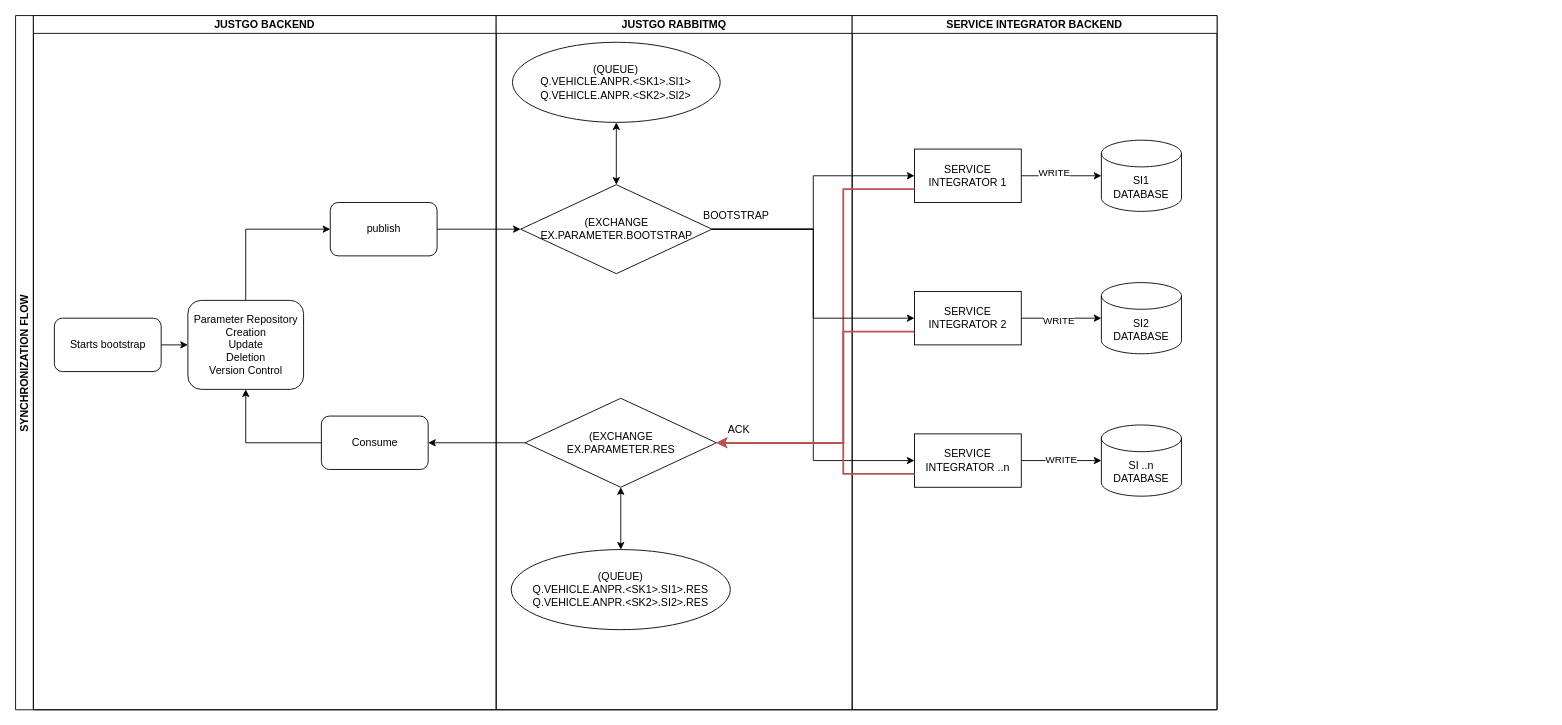
This is page "Bootstrap" (1 of 2) of Bootstrap.drawio from Marcus-141/DrawIOFiles, a draw.io file, before an edit. Source tidied: cells renumbered, new cells numbered last; positions are measured from the earlier drawing's top-left corner, leaving out a move shared by most shapes. Both pictures are drawn from the tidied source at 89%, with x=0, y=0 at pixel (15, 15).
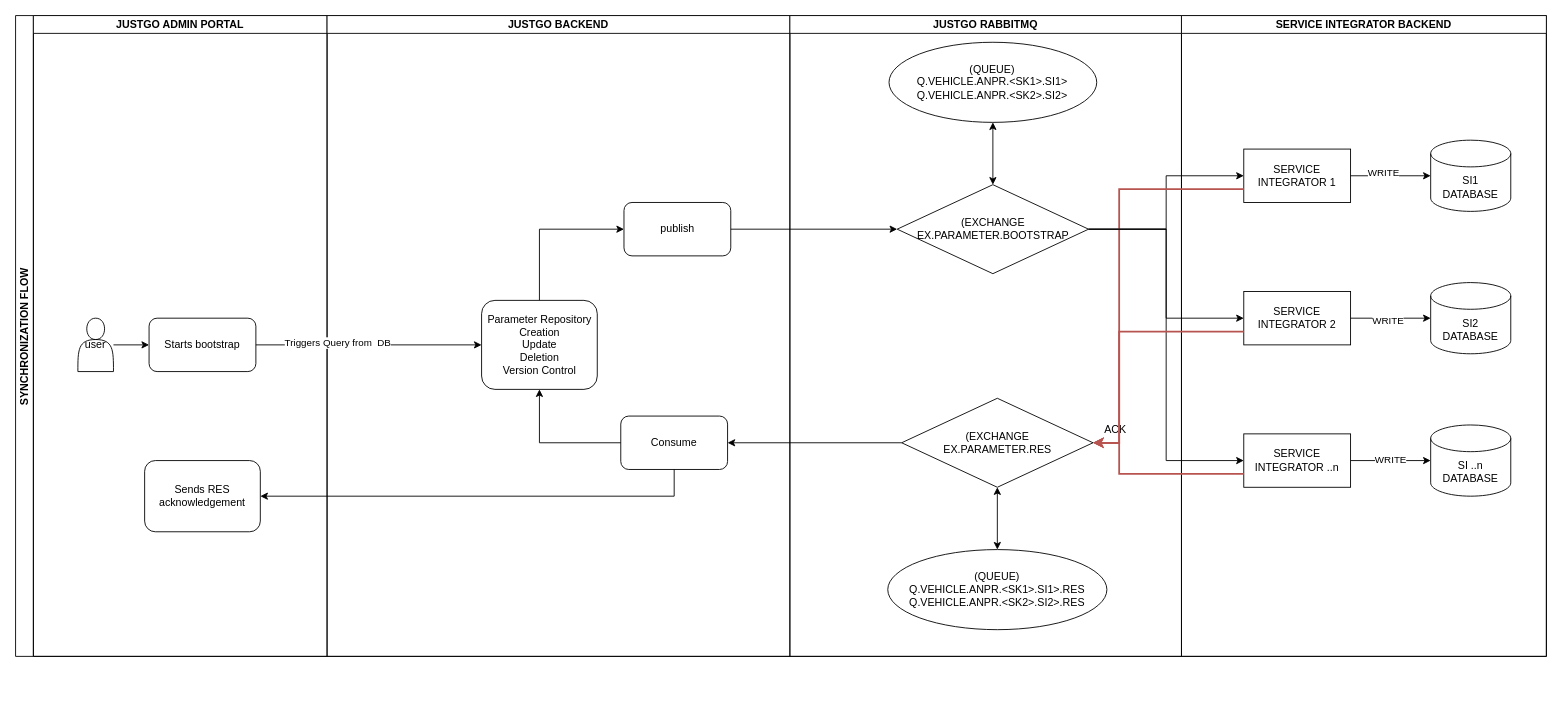
The same page after the edit.

Unchanged cells that the change refers to:
```xml
<mxCell id="9" value="Parameter Repository&lt;div&gt;Creation&lt;/div&gt;&lt;div&gt;Update&lt;/div&gt;&lt;div&gt;Deletion&lt;/div&gt;&lt;div&gt;Version Control&lt;/div&gt;" style="rounded=1;whiteSpace=wrap;html=1;" parent="4" vertex="1">
  <mxGeometry x="-346.4" y="320" width="130" height="100" as="geometry" />
</mxCell>
<mxCell id="22" value="SERVICE&lt;br&gt;INTEGRATOR 1" style="rounded=0;whiteSpace=wrap;html=1;" parent="21" vertex="1">
  <mxGeometry x="70" y="150" width="120" height="60" as="geometry" />
</mxCell>
<mxCell id="26" value="SERVICE&lt;br&gt;INTEGRATOR 2" style="rounded=0;whiteSpace=wrap;html=1;" parent="21" vertex="1">
  <mxGeometry x="70" y="310" width="120" height="60" as="geometry" />
</mxCell>
<mxCell id="29" value="SERVICE&lt;br&gt;INTEGRATOR ..n" style="rounded=0;whiteSpace=wrap;html=1;" parent="21" vertex="1">
  <mxGeometry x="70" y="470" width="120" height="60" as="geometry" />
</mxCell>
```

Diff of the diagram source:
```diff
@@
     <mxCell id="2" value="SYNCHRONIZATION FLOW" style="swimlane;startSize=20;horizontal=0;" parent="1" vertex="1">
-      <mxGeometry width="1350" height="780" as="geometry" />
+      <mxGeometry width="1720" height="720" as="geometry" />
     </mxCell>
+    <mxCell id="41" value="JUSTGO ADMIN PORTAL" style="swimlane;startSize=20;" parent="2" vertex="1">
+      <mxGeometry x="20" width="330" height="720" as="geometry" />
+    </mxCell>
+    <mxCell id="42" style="edgeStyle=orthogonalEdgeStyle;rounded=0;jettySize=auto;html=1;entryX=0;entryY=0.5;entryDx=0;entryDy=0;" parent="41" edge="1" source="43" target="7">
+      <mxGeometry relative="1" as="geometry" />
+    </mxCell>
+    <mxCell id="43" value="user" style="shape=actor;whiteSpace=wrap;html=1;" parent="41" vertex="1">
+      <mxGeometry x="50" y="340" width="40" height="60" as="geometry" />
+    </mxCell>
+    <mxCell id="7" value="Starts bootstrap" style="rounded=1;whiteSpace=wrap;html=1;" parent="41" vertex="1">
+      <mxGeometry x="130" y="340" width="120" height="60" as="geometry" />
+    </mxCell>
+    <mxCell id="44" value="Sends RES acknowledgement" style="rounded=1;whiteSpace=wrap;html=1;" parent="41" vertex="1">
+      <mxGeometry x="125" y="500" width="130" height="80" as="geometry" />
+    </mxCell>
     <mxCell id="3" value="JUSTGO BACKEND" style="swimlane;startSize=20;" parent="2" vertex="1">
-      <mxGeometry x="20" width="520" height="780" as="geometry" />
+      <mxGeometry x="350" width="520" height="720" as="geometry" />
     </mxCell>
+    <mxCell id="12" value="Consume" style="rounded=1;whiteSpace=wrap;html=1;" parent="3" vertex="1">
+      <mxGeometry x="330" y="450" width="120" height="60" as="geometry" />
+    </mxCell>
     <mxCell id="4" value="JUSTGO RABBITMQ" style="swimlane;startSize=20;" parent="2" vertex="1">
-      <mxGeometry x="540" width="400" height="780" as="geometry" />
+      <mxGeometry x="870" width="440" height="720" as="geometry" />
     </mxCell>
     <mxCell id="5" value="(QUEUE)&lt;br&gt;Q.VEHICLE.ANPR.&amp;lt;SK1&amp;gt;.SI1&amp;gt;&lt;br&gt;&lt;div&gt;Q.VEHICLE.ANPR.&amp;lt;SK2&amp;gt;.SI2&amp;gt;&lt;/div&gt;" style="ellipse;whiteSpace=wrap;html=1;shapeInside=1;" parent="4" vertex="1">
-      <mxGeometry x="18.3" y="30" width="233.4" height="90" as="geometry" />
+      <mxGeometry x="111.4" y="30" width="233.4" height="90" as="geometry" />
     </mxCell>
-    <mxCell id="6" style="edgeStyle=orthogonalEdgeStyle;rounded=0;jettySize=auto;html=1;exitX=1;exitY=0.5;exitDx=0;exitDy=0;entryX=0;entryY=0.5;entryDx=0;entryDy=0;" parent="4" edge="1" source="7" target="9">
-      <mxGeometry relative="1" as="geometry" />
-    </mxCell>
-    <mxCell id="7" value="Starts bootstrap" style="rounded=1;whiteSpace=wrap;html=1;" parent="4" vertex="1">
-      <mxGeometry x="-496.4" y="340" width="120" height="60" as="geometry" />
-    </mxCell>
@@
-    <mxCell id="11" style="edgeStyle=orthogonalEdgeStyle;rounded=0;jettySize=auto;html=1;entryX=0.5;entryY=1;entryDx=0;entryDy=0;" parent="4" edge="1" source="12" target="9">
-      <mxGeometry relative="1" as="geometry" />
-    </mxCell>
-    <mxCell id="12" value="Consume" style="rounded=1;whiteSpace=wrap;html=1;" parent="4" vertex="1">
-      <mxGeometry x="-196.4" y="450" width="120" height="60" as="geometry" />
-    </mxCell>
     <mxCell id="13" value="(EXCHANGE&lt;br&gt;EX.PARAMETER.BOOTSTRAP" style="rhombus;whiteSpace=wrap;html=1;shapeInside=1;" parent="4" vertex="1">
-      <mxGeometry x="27.5" y="190" width="215" height="100" as="geometry" />
+      <mxGeometry x="120.6" y="190" width="215" height="100" as="geometry" />
     </mxCell>
@@
     <mxCell id="15" value="(EXCHANGE&lt;br&gt;EX.PARAMETER.RES" style="rhombus;whiteSpace=wrap;html=1;shapeInside=1;" parent="4" vertex="1">
-      <mxGeometry x="32.5" y="430" width="215" height="100" as="geometry" />
+      <mxGeometry x="125.6" y="430" width="215" height="100" as="geometry" />
     </mxCell>
@@
-    <mxCell id="17" style="edgeStyle=orthogonalEdgeStyle;rounded=0;jettySize=auto;html=1;exitX=0;exitY=0.5;exitDx=0;exitDy=0;entryX=1;entryY=0.5;entryDx=0;entryDy=0;" parent="4" edge="1" source="15" target="12">
-      <mxGeometry relative="1" as="geometry" />
-    </mxCell>
     <mxCell id="18" value="(QUEUE)&lt;br&gt;Q.VEHICLE.ANPR.&amp;lt;SK1&amp;gt;.SI1&amp;gt;.RES&lt;br&gt;&lt;div&gt;Q.VEHICLE.ANPR.&amp;lt;SK2&amp;gt;.SI2&amp;gt;.RES&lt;/div&gt;" style="ellipse;whiteSpace=wrap;html=1;shapeInside=1;" parent="4" vertex="1">
-      <mxGeometry x="16.9" y="600" width="246.2" height="90" as="geometry" />
+      <mxGeometry x="110" y="600" width="246.2" height="90" as="geometry" />
     </mxCell>
@@
     <mxCell id="20" value="ACK" style="text;html=1;whiteSpace=wrap;strokeColor=none;fillColor=none;align=center;verticalAlign=middle;rounded=0;" parent="4" vertex="1">
-      <mxGeometry x="242.5" y="450" width="60" height="30" as="geometry" />
+      <mxGeometry x="335.6" y="450" width="60" height="30" as="geometry" />
     </mxCell>
     <mxCell id="21" value="SERVICE INTEGRATOR BACKEND" style="swimlane;startSize=20;" parent="2" vertex="1">
-      <mxGeometry x="940" width="410" height="780" as="geometry" />
+      <mxGeometry x="1310" width="410" height="720" as="geometry" />
     </mxCell>
@@
     <mxCell id="35" style="edgeStyle=orthogonalEdgeStyle;rounded=0;jettySize=auto;html=1;exitX=0;exitY=0.75;exitDx=0;exitDy=0;entryX=1;entryY=0.5;entryDx=0;entryDy=0;fillColor=#f8cecc;strokeColor=#b85450;strokeWidth=2;" parent="2" edge="1" source="22" target="15">
       <mxGeometry relative="1" as="geometry">
         <Array as="points">
-          <mxPoint x="930" y="195" />
-          <mxPoint x="930" y="480" />
+          <mxPoint x="1240" y="195" />
+          <mxPoint x="1240" y="480" />
         </Array>
       </mxGeometry>
     </mxCell>
@@
     <mxCell id="38" style="edgeStyle=orthogonalEdgeStyle;rounded=0;jettySize=auto;html=1;exitX=0;exitY=0.75;exitDx=0;exitDy=0;entryX=1;entryY=0.5;entryDx=0;entryDy=0;fillColor=#f8cecc;strokeColor=#b85450;strokeWidth=2;" parent="2" edge="1" source="26" target="15">
       <mxGeometry relative="1" as="geometry">
         <Array as="points">
-          <mxPoint x="930" y="355" />
-          <mxPoint x="930" y="480" />
+          <mxPoint x="1240" y="355" />
+          <mxPoint x="1240" y="480" />
         </Array>
       </mxGeometry>
     </mxCell>
     <mxCell id="39" style="edgeStyle=orthogonalEdgeStyle;rounded=0;jettySize=auto;html=1;exitX=0;exitY=0.75;exitDx=0;exitDy=0;entryX=1;entryY=0.5;entryDx=0;entryDy=0;fillColor=#f8cecc;strokeColor=#b85450;strokeWidth=2;" parent="2" edge="1" source="29" target="15">
       <mxGeometry relative="1" as="geometry">
         <Array as="points">
-          <mxPoint x="930" y="515" />
-          <mxPoint x="930" y="480" />
+          <mxPoint x="1240" y="515" />
+          <mxPoint x="1240" y="480" />
         </Array>
       </mxGeometry>
     </mxCell>
-    <mxCell id="40" value="BOOTSTRAP" style="text;html=1;whiteSpace=wrap;strokeColor=none;fillColor=none;align=center;verticalAlign=middle;rounded=0;" parent="1" vertex="1">
-      <mxGeometry x="780" y="210" width="60" height="30" as="geometry" />
-    </mxCell>
+    <mxCell id="6" style="edgeStyle=orthogonalEdgeStyle;rounded=0;jettySize=auto;html=1;exitX=1;exitY=0.5;exitDx=0;exitDy=0;entryX=0;entryY=0.5;entryDx=0;entryDy=0;" parent="2" edge="1" source="7" target="9">
+      <mxGeometry relative="1" as="geometry" />
+    </mxCell>
+    <mxCell id="45" value="Triggers Query from&amp;nbsp; DB" style="edgeLabel;html=1;align=center;verticalAlign=middle;" parent="6" vertex="1">
+      <mxGeometry x="-0.28" y="3" relative="1" as="geometry" />
+    </mxCell>
+    <mxCell id="11" style="edgeStyle=orthogonalEdgeStyle;rounded=0;jettySize=auto;html=1;entryX=0.5;entryY=1;entryDx=0;entryDy=0;" parent="2" edge="1" source="12" target="9">
+      <mxGeometry relative="1" as="geometry" />
+    </mxCell>
+    <mxCell id="17" style="edgeStyle=orthogonalEdgeStyle;rounded=0;jettySize=auto;html=1;exitX=0;exitY=0.5;exitDx=0;exitDy=0;entryX=1;entryY=0.5;entryDx=0;entryDy=0;" parent="2" edge="1" source="15" target="12">
+      <mxGeometry relative="1" as="geometry" />
+    </mxCell>
+    <mxCell id="46" style="edgeStyle=orthogonalEdgeStyle;rounded=0;jettySize=auto;html=1;exitX=0.5;exitY=1;exitDx=0;exitDy=0;entryX=1;entryY=0.5;entryDx=0;entryDy=0;" parent="2" edge="1" source="12" target="44">
+      <mxGeometry relative="1" as="geometry" />
+    </mxCell>
```
